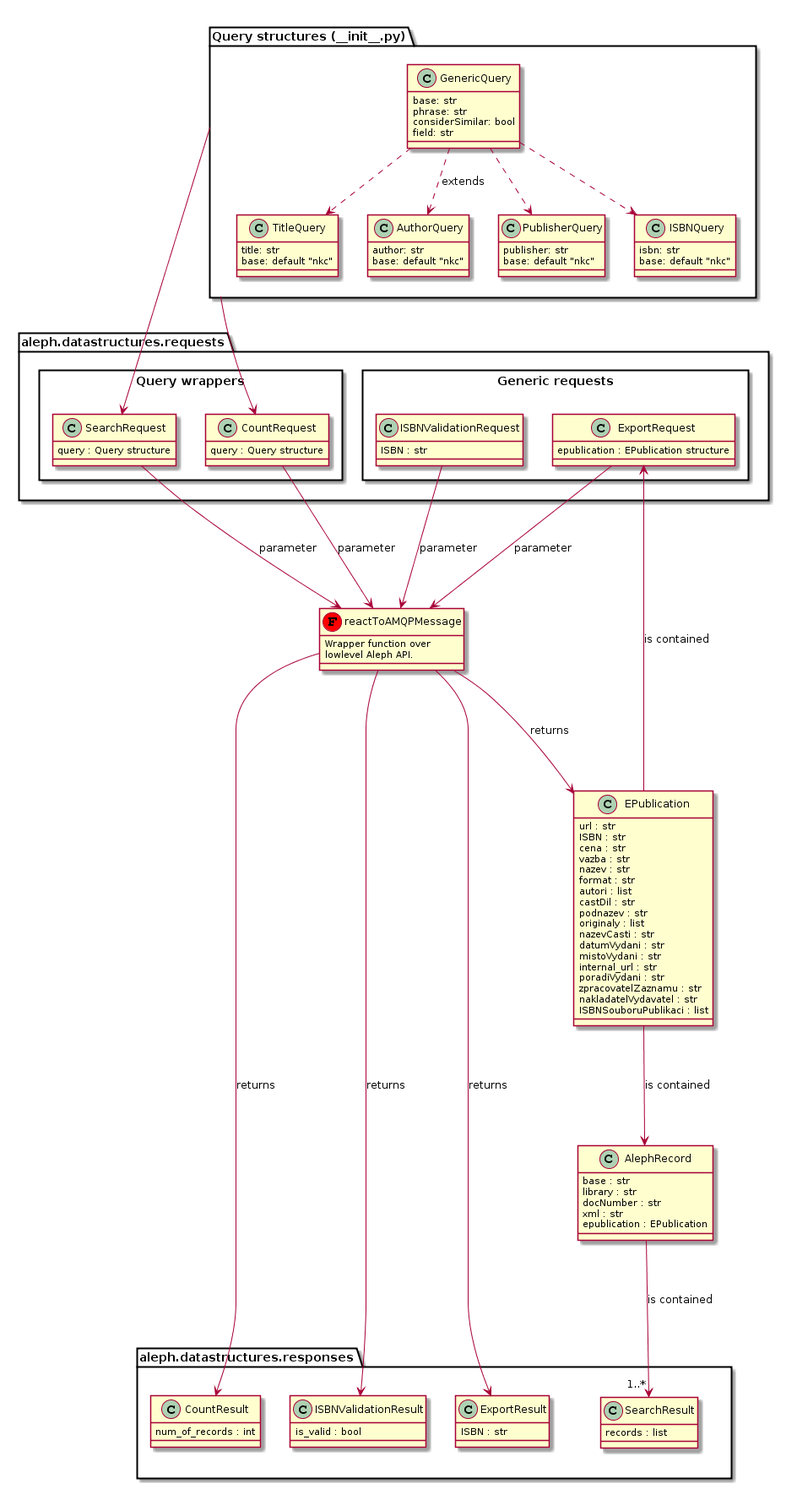
Before: docs/_static/reactoamqpmessage.png, a diagram exported from PlantUML (edeposit/edeposit.amqp.aleph).
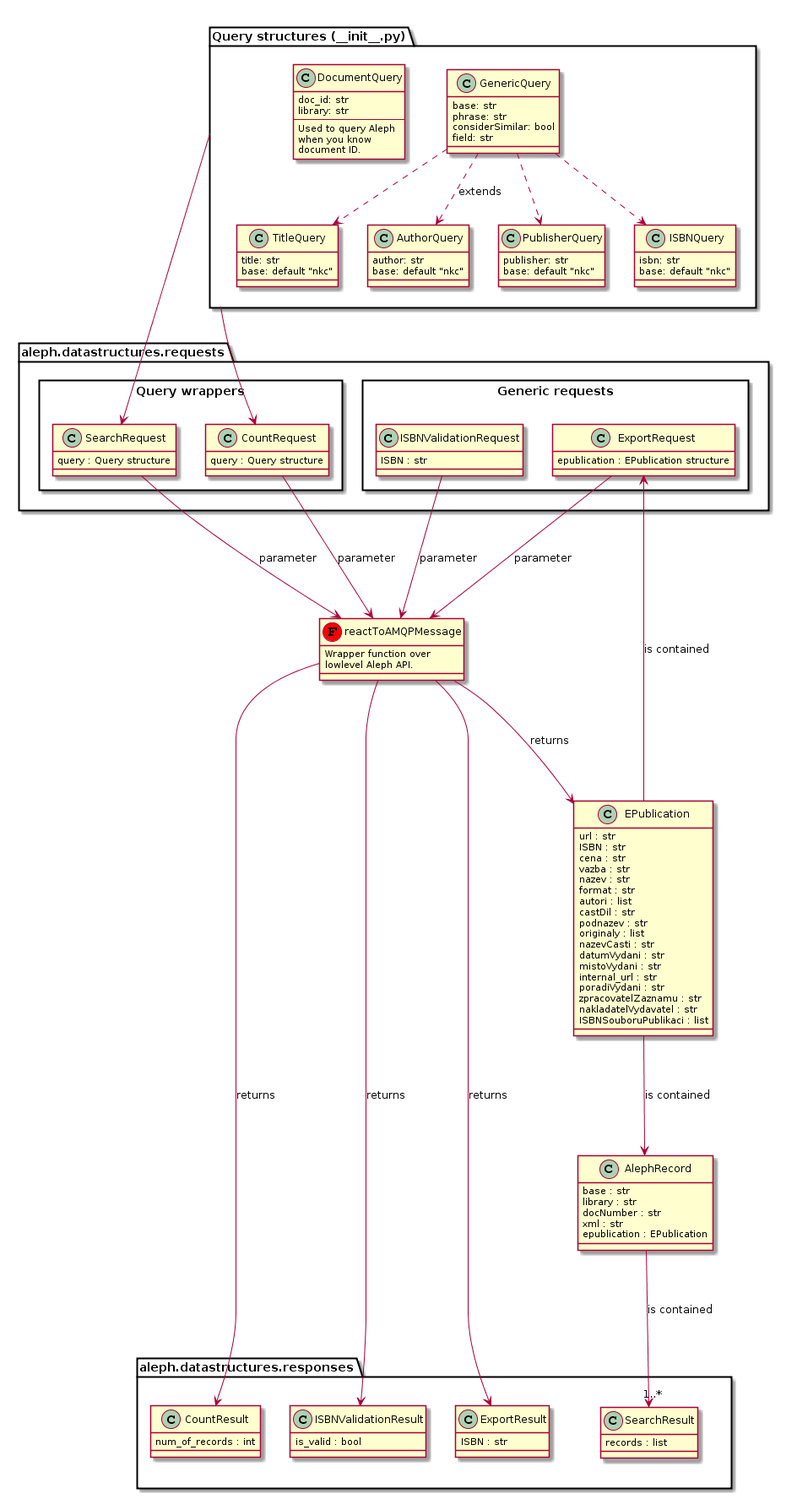
Above is the later version.

Commit message:
DocumentQuery added to uml.

Bump #24.

What changed in the source:
```diff
@@ -21,6 +21,14 @@
         phrase: str
         considerSimilar: bool
         field: str
+    }
+    class DocumentQuery {
+        doc_id: str
+        library: str
+        ---
+        Used to query Aleph
+        when you know
+        document ID.
     }
     GenericQuery ..> TitleQuery
     GenericQuery ..> AuthorQuery : extends
```
